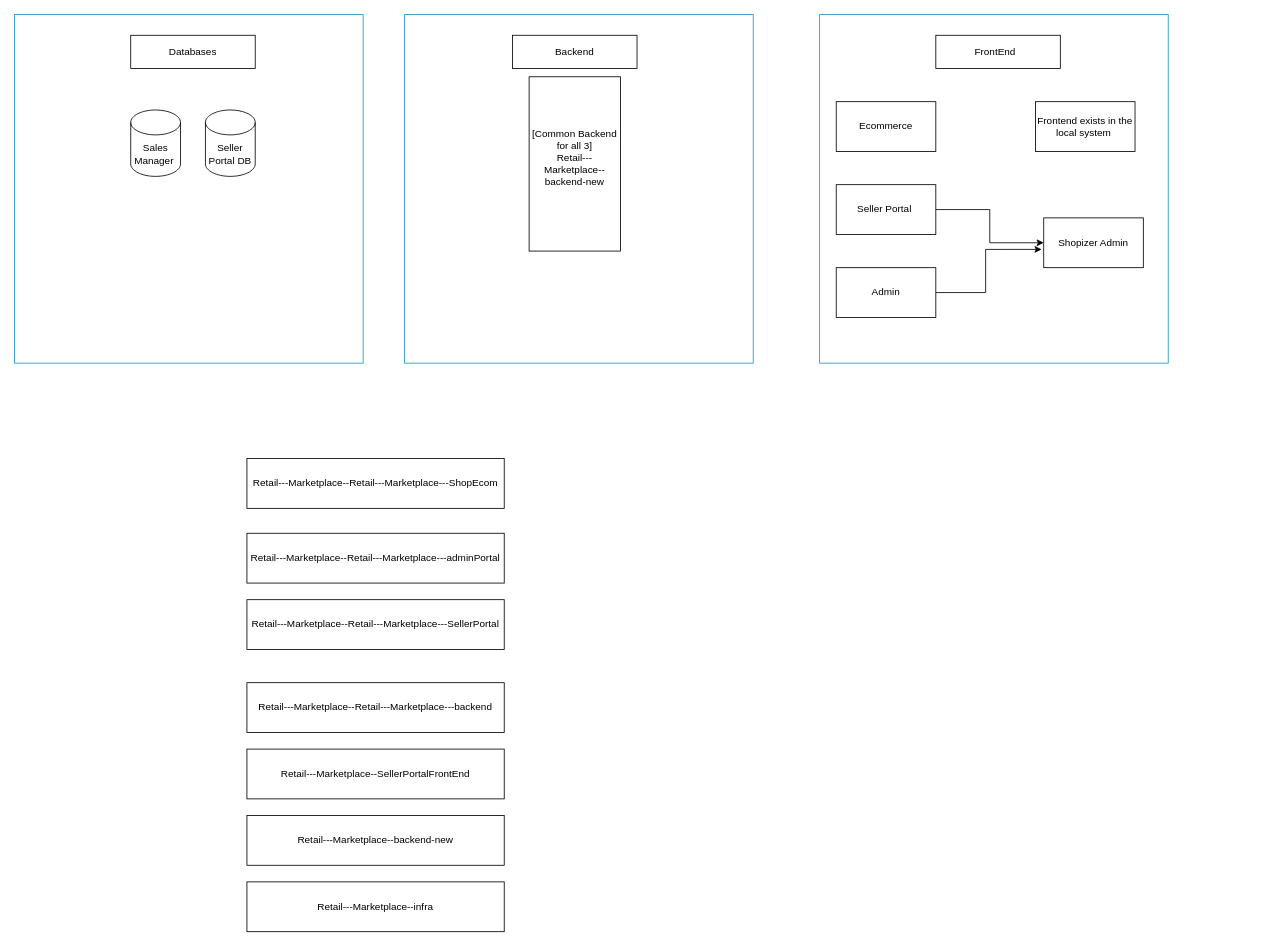
This is Marketplace POC Infra.drawio from ashutosh-roy/Digrams-Draw.io, a draw.io file, before an edit. Source tidied: cells renumbered, new cells numbered last; positions are measured from the earlier drawing's top-left corner, leaving out a move shared by most shapes. Both pictures are drawn from the tidied source at 83%, with x=0, y=0 at pixel (14, 14).
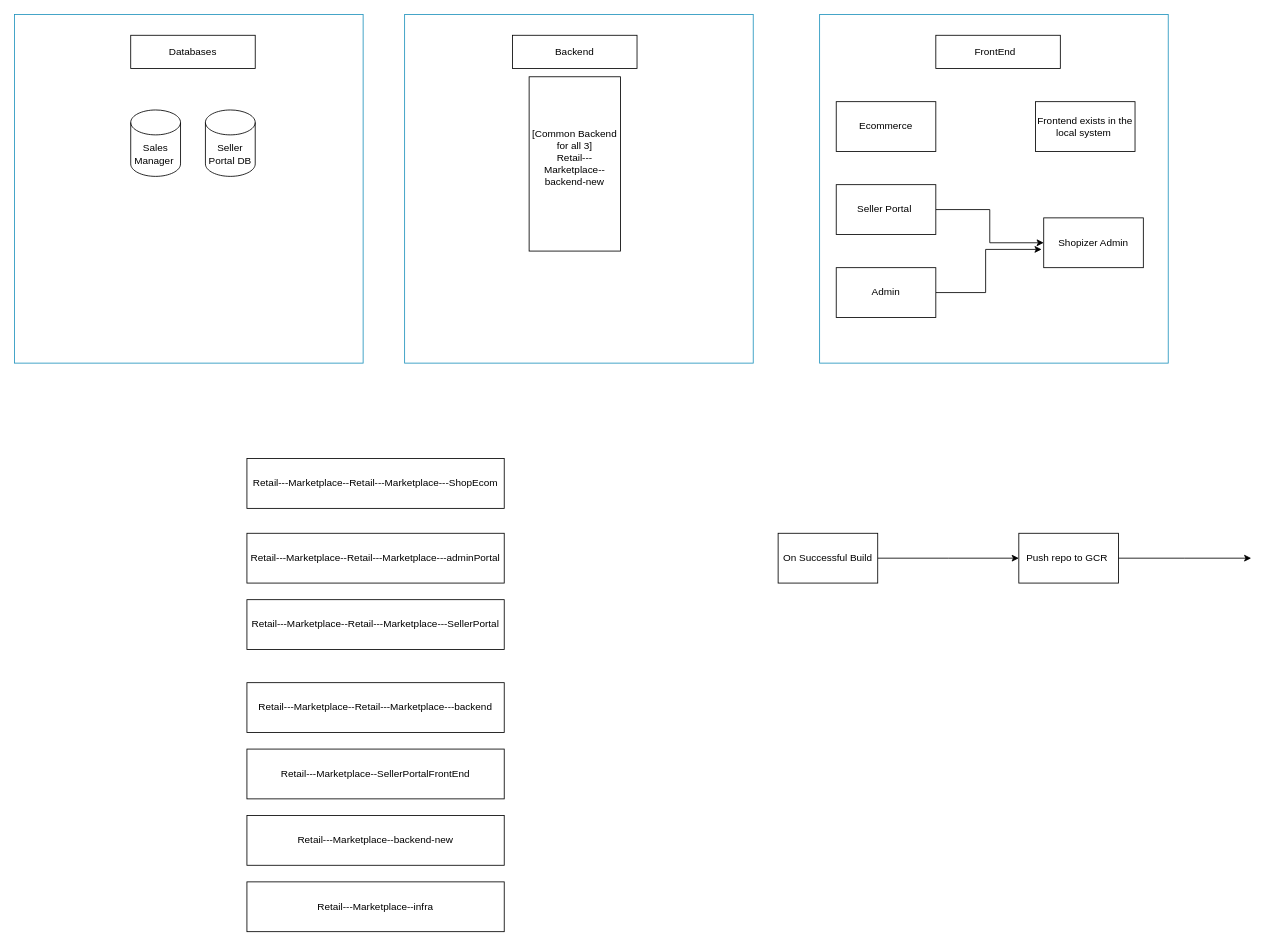
Above is the later version.

What changed in the source:
```diff
@@
+    <mxCell id="25" style="edgeStyle=orthogonalEdgeStyle;rounded=0;jettySize=auto;html=1;" parent="1" edge="1" source="26">
+      <mxGeometry relative="1" as="geometry">
+        <mxPoint x="1210" y="655" as="targetPoint" />
+      </mxGeometry>
+    </mxCell>
+    <mxCell id="26" value="On Successful Build" style="rounded=0;whiteSpace=wrap;html=1;" parent="1" vertex="1">
+      <mxGeometry x="920" y="625" width="120" height="60" as="geometry" />
+    </mxCell>
+    <mxCell id="27" style="edgeStyle=orthogonalEdgeStyle;rounded=0;jettySize=auto;html=1;" parent="1" edge="1" source="28">
+      <mxGeometry relative="1" as="geometry">
+        <mxPoint x="1490" y="655" as="targetPoint" />
+      </mxGeometry>
+    </mxCell>
+    <mxCell id="28" value="Push repo to GCR&amp;nbsp;" style="rounded=0;whiteSpace=wrap;html=1;" parent="1" vertex="1">
+      <mxGeometry x="1210" y="625" width="120" height="60" as="geometry" />
+    </mxCell>
```
